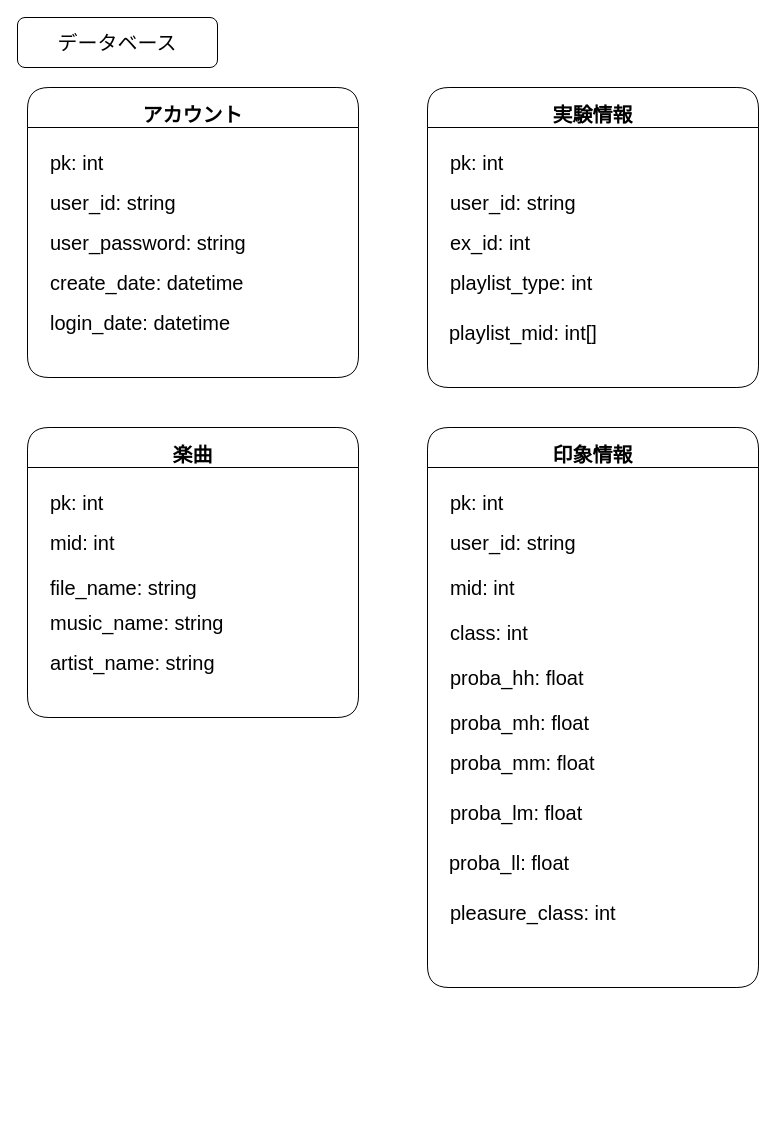
Earlier version of the draw.io diagram page "データベースのテーブル" (5 of 6) of PositiveMoodPlayList.drawio (zumiosan/PositiveMoodPlayList). Source tidied: cells renumbered, new cells numbered last; positions are measured from the earlier drawing's top-left corner, leaving out a move shared by most shapes. Both pictures are drawn from the tidied source at 100%, with x=0, y=0 at pixel (17, 17).
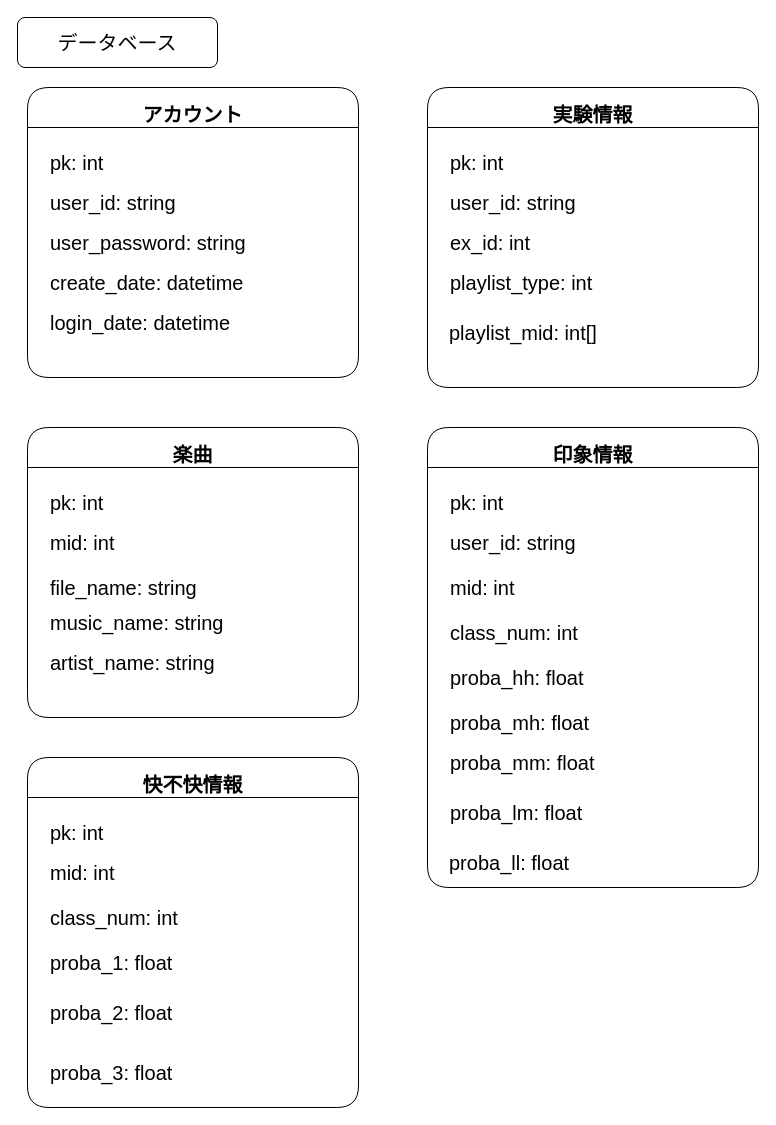
After the change.

The edit, as a diff of the source:
```diff
@@
     <mxCell id="21" value="印象情報" style="swimlane;rounded=1;shadow=0;glass=0;fontSize=20;strokeColor=#000000;fillColor=none;verticalAlign=bottom;html=0;startSize=40;arcSize=18;" parent="1" vertex="1">
-      <mxGeometry x="410" y="410" width="331" height="560" as="geometry" />
+      <mxGeometry x="410" y="410" width="331" height="460" as="geometry" />
     </mxCell>
@@
-    <mxCell id="24" value="class: int" style="text;html=1;strokeColor=none;fillColor=none;align=left;verticalAlign=middle;whiteSpace=wrap;rounded=0;shadow=0;glass=0;fontSize=20;" parent="21" vertex="1">
+    <mxCell id="24" value="class_num: int" style="text;html=1;strokeColor=none;fillColor=none;align=left;verticalAlign=middle;whiteSpace=wrap;rounded=0;shadow=0;glass=0;fontSize=20;" parent="21" vertex="1">
       <mxGeometry x="21" y="189.5" width="249" height="30" as="geometry" />
     </mxCell>
@@
-    <mxCell id="30" value="pleasure_class: int" style="text;html=1;strokeColor=none;fillColor=none;align=left;verticalAlign=middle;whiteSpace=wrap;rounded=0;shadow=0;glass=0;fontSize=20;" parent="21" vertex="1">
-      <mxGeometry x="21" y="470" width="249" height="30" as="geometry" />
-    </mxCell>
@@
+    <mxCell id="32" value="快不快情報" style="swimlane;rounded=1;shadow=0;glass=0;fontSize=20;strokeColor=#000000;fillColor=none;verticalAlign=bottom;html=0;startSize=40;arcSize=18;" parent="1" vertex="1">
+      <mxGeometry x="10" y="740" width="331" height="350" as="geometry" />
+    </mxCell>
+    <mxCell id="33" value="pk: int" style="text;html=1;strokeColor=none;fillColor=none;align=left;verticalAlign=middle;whiteSpace=wrap;rounded=0;shadow=0;glass=0;fontSize=20;" parent="32" vertex="1">
+      <mxGeometry x="21" y="60" width="249" height="30" as="geometry" />
+    </mxCell>
+    <mxCell id="34" value="mid: int" style="text;html=1;strokeColor=none;fillColor=none;align=left;verticalAlign=middle;whiteSpace=wrap;rounded=0;shadow=0;glass=0;fontSize=20;" parent="32" vertex="1">
+      <mxGeometry x="21" y="100" width="249" height="30" as="geometry" />
+    </mxCell>
+    <mxCell id="35" value="class_num: int" style="text;html=1;strokeColor=none;fillColor=none;align=left;verticalAlign=middle;whiteSpace=wrap;rounded=0;shadow=0;glass=0;fontSize=20;" parent="32" vertex="1">
+      <mxGeometry x="21" y="144.5" width="249" height="30" as="geometry" />
+    </mxCell>
+    <mxCell id="36" value="proba_1: float" style="text;html=1;strokeColor=none;fillColor=none;align=left;verticalAlign=middle;whiteSpace=wrap;rounded=0;shadow=0;glass=0;fontSize=20;" parent="32" vertex="1">
+      <mxGeometry x="21" y="190" width="249" height="30" as="geometry" />
+    </mxCell>
+    <mxCell id="37" value="proba_2: float" style="text;html=1;strokeColor=none;fillColor=none;align=left;verticalAlign=middle;whiteSpace=wrap;rounded=0;shadow=0;glass=0;fontSize=20;" parent="32" vertex="1">
+      <mxGeometry x="21" y="240" width="249" height="30" as="geometry" />
+    </mxCell>
+    <mxCell id="38" value="proba_3: float" style="text;html=1;strokeColor=none;fillColor=none;align=left;verticalAlign=middle;whiteSpace=wrap;rounded=0;shadow=0;glass=0;fontSize=20;" parent="32" vertex="1">
+      <mxGeometry x="21" y="300" width="249" height="30" as="geometry" />
+    </mxCell>
```
